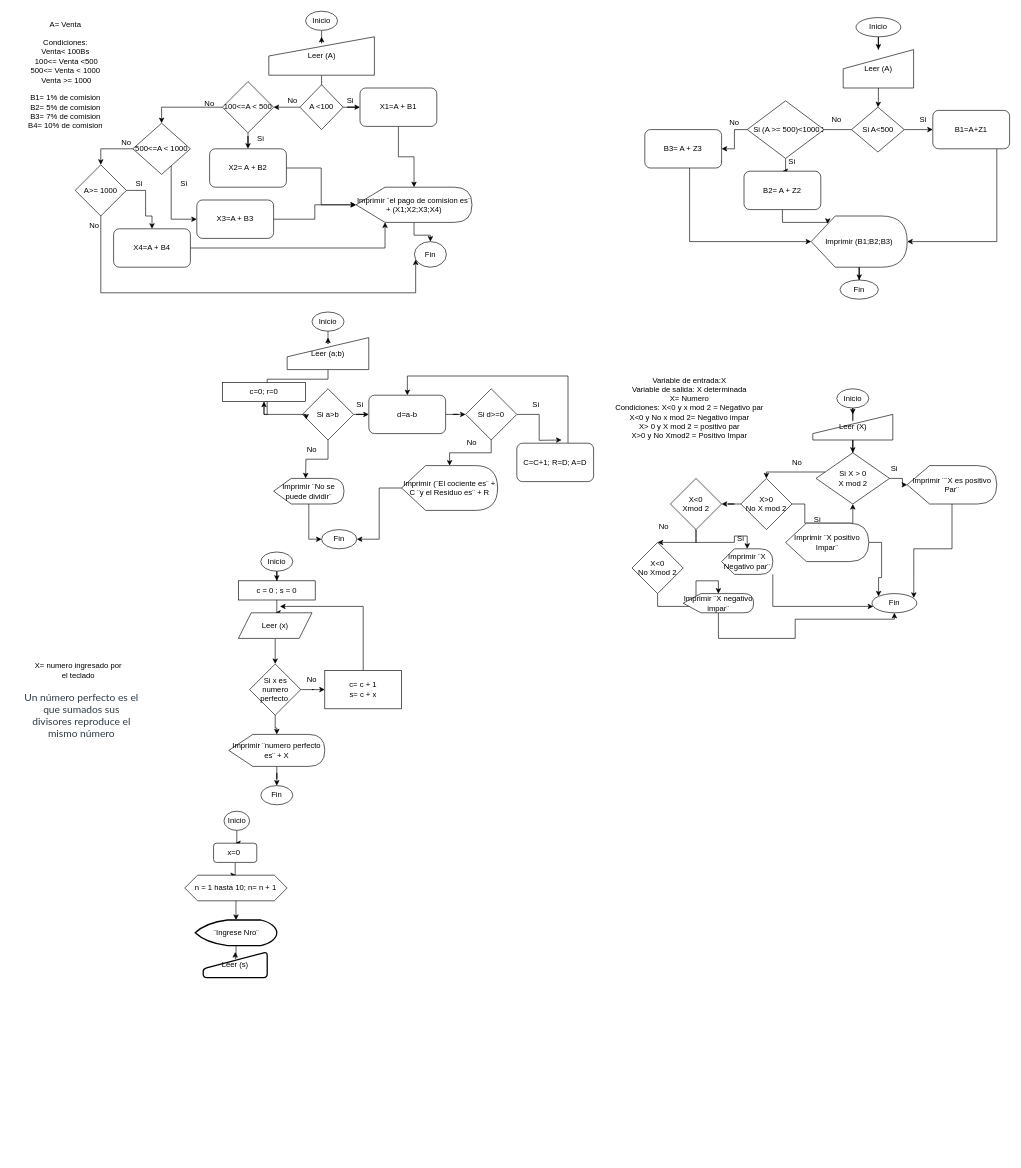
Above: Untitled Diagram.drawio in SabriHinojosa/Intro-Progr (draw.io), before the change. Source tidied: cells renumbered, new cells numbered last; positions are measured from the earlier drawing's top-left corner, leaving out a move shared by most shapes. Both pictures are drawn from the tidied source at 64%, with x=0, y=0 at pixel (11, 11).
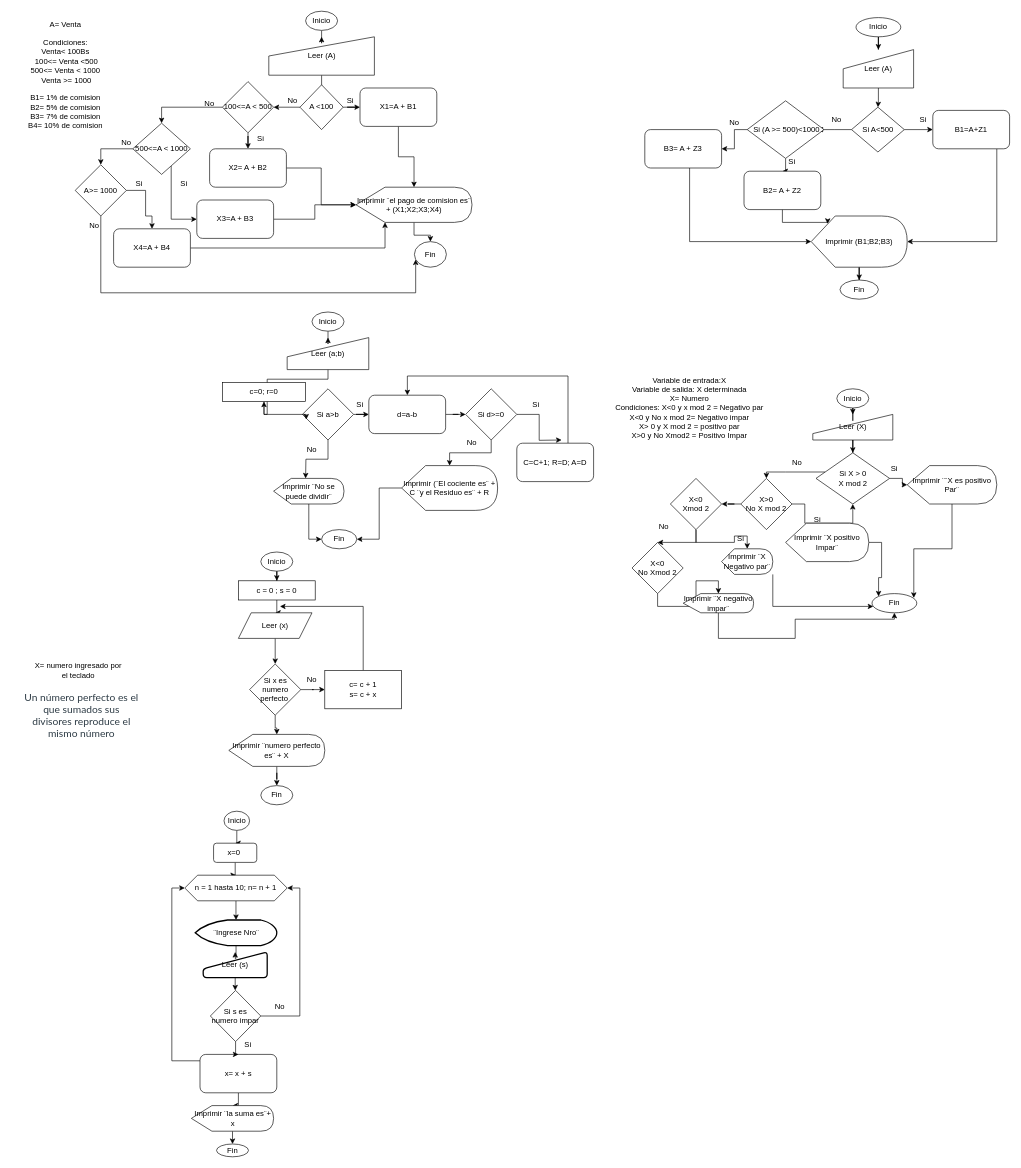
Above is the later version.

The change refers to these unchanged cells:
```xml
<mxCell id="139" value="n = 1 hasta 10; n= n + 1" style="shape=hexagon;perimeter=hexagonPerimeter2;whiteSpace=wrap;html=1;fixedSize=1;" parent="1" vertex="1">
  <mxGeometry x="271.2" y="1350" width="160" height="40" as="geometry" />
</mxCell>
<mxCell id="142" value="Leer (s)" style="html=1;strokeWidth=2;shape=manualInput;whiteSpace=wrap;rounded=1;size=26;arcSize=11;" parent="1" vertex="1">
  <mxGeometry x="300" y="1470" width="100" height="40" as="geometry" />
</mxCell>
```

What changed in the source:
```diff
@@
+    <mxCell id="143" style="edgeStyle=orthogonalEdgeStyle;rounded=0;jettySize=auto;html=1;" parent="1" edge="1" source="142" target="149">
+      <mxGeometry relative="1" as="geometry" />
+    </mxCell>
@@
+    <mxCell id="144" style="edgeStyle=orthogonalEdgeStyle;rounded=0;jettySize=auto;html=1;entryX=0;entryY=0.5;entryDx=0;entryDy=0;" parent="1" edge="1" source="146" target="139">
+      <mxGeometry relative="1" as="geometry">
+        <Array as="points">
+          <mxPoint x="251" y="1640" />
+          <mxPoint x="251" y="1370" />
+        </Array>
+      </mxGeometry>
+    </mxCell>
+    <mxCell id="145" style="edgeStyle=orthogonalEdgeStyle;rounded=0;jettySize=auto;html=1;" parent="1" edge="1" source="146" target="153">
+      <mxGeometry relative="1" as="geometry" />
+    </mxCell>
+    <mxCell id="146" value="x= x + s" style="rounded=1;whiteSpace=wrap;html=1;" parent="1" vertex="1">
+      <mxGeometry x="295" y="1630" width="120" height="60" as="geometry" />
+    </mxCell>
+    <mxCell id="147" style="edgeStyle=orthogonalEdgeStyle;rounded=0;jettySize=auto;html=1;entryX=1;entryY=0.5;entryDx=0;entryDy=0;" parent="1" edge="1" source="149" target="139">
+      <mxGeometry relative="1" as="geometry">
+        <Array as="points">
+          <mxPoint x="451" y="1570" />
+          <mxPoint x="451" y="1370" />
+        </Array>
+      </mxGeometry>
+    </mxCell>
+    <mxCell id="148" style="edgeStyle=orthogonalEdgeStyle;rounded=0;jettySize=auto;html=1;" parent="1" edge="1" source="149" target="146">
+      <mxGeometry relative="1" as="geometry" />
+    </mxCell>
+    <mxCell id="149" value="Si s es numero impar" style="rhombus;whiteSpace=wrap;html=1;" parent="1" vertex="1">
+      <mxGeometry x="311.2" y="1530" width="78.8" height="80" as="geometry" />
+    </mxCell>
+    <mxCell id="150" value="No" style="text;html=1;strokeColor=none;fillColor=none;align=center;verticalAlign=middle;whiteSpace=wrap;rounded=0;" parent="1" vertex="1">
+      <mxGeometry x="390" y="1540" width="60" height="30" as="geometry" />
+    </mxCell>
+    <mxCell id="151" value="Si" style="text;html=1;strokeColor=none;fillColor=none;align=center;verticalAlign=middle;whiteSpace=wrap;rounded=0;" parent="1" vertex="1">
+      <mxGeometry x="340" y="1600" width="60" height="30" as="geometry" />
+    </mxCell>
+    <mxCell id="152" style="edgeStyle=orthogonalEdgeStyle;rounded=0;jettySize=auto;html=1;" parent="1" edge="1" source="153" target="154">
+      <mxGeometry relative="1" as="geometry" />
+    </mxCell>
+    <mxCell id="153" value="Imprimir ¨la suma es¨+ x" style="shape=display;whiteSpace=wrap;html=1;" parent="1" vertex="1">
+      <mxGeometry x="281.5" y="1710" width="128.5" height="40" as="geometry" />
+    </mxCell>
+    <mxCell id="154" value="Fin" style="ellipse;whiteSpace=wrap;html=1;" parent="1" vertex="1">
+      <mxGeometry x="320.8" y="1770" width="50" height="20" as="geometry" />
+    </mxCell>
```
